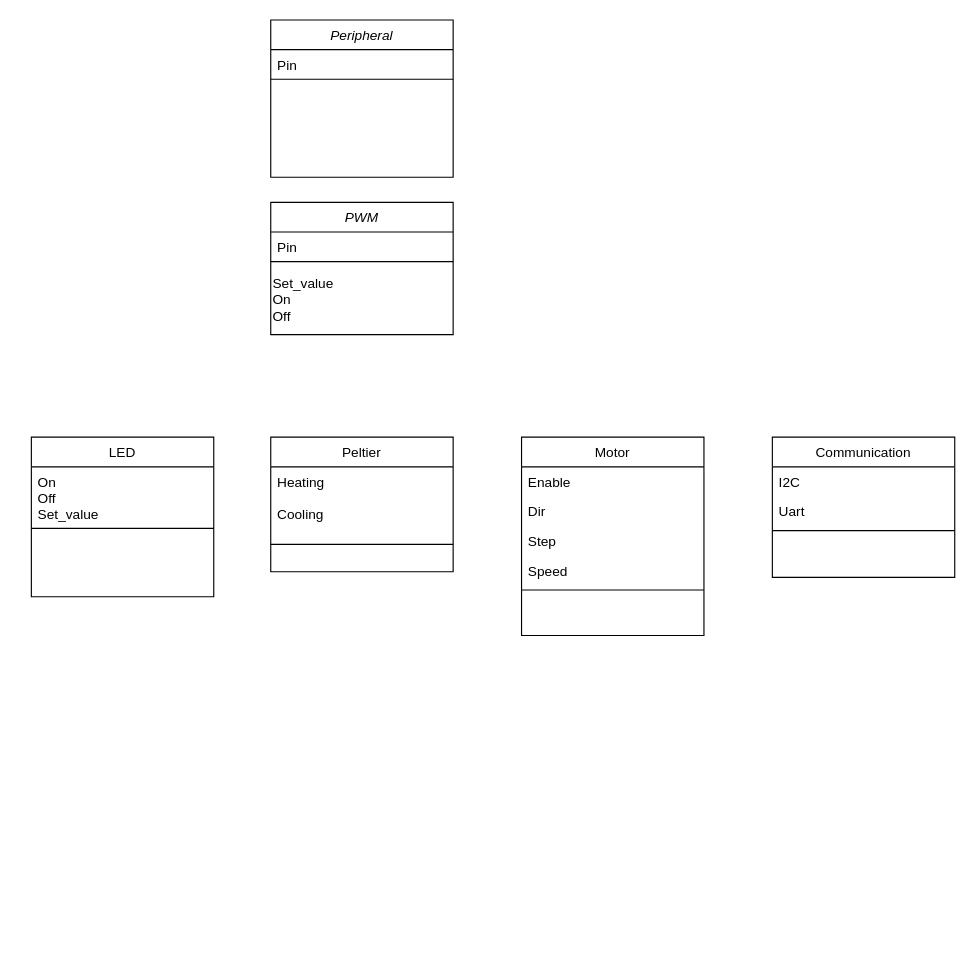
The draw.io diagram Documentation/ClassDiagram.drawio in Casperdroid5/Water-Quality-Monitor, before the edit. Source tidied: cells renumbered, new cells numbered last; positions are measured from the earlier drawing's top-left corner, leaving out a move shared by most shapes. Both pictures are drawn from the tidied source at 114%, with x=0, y=0 at pixel (31, 19).
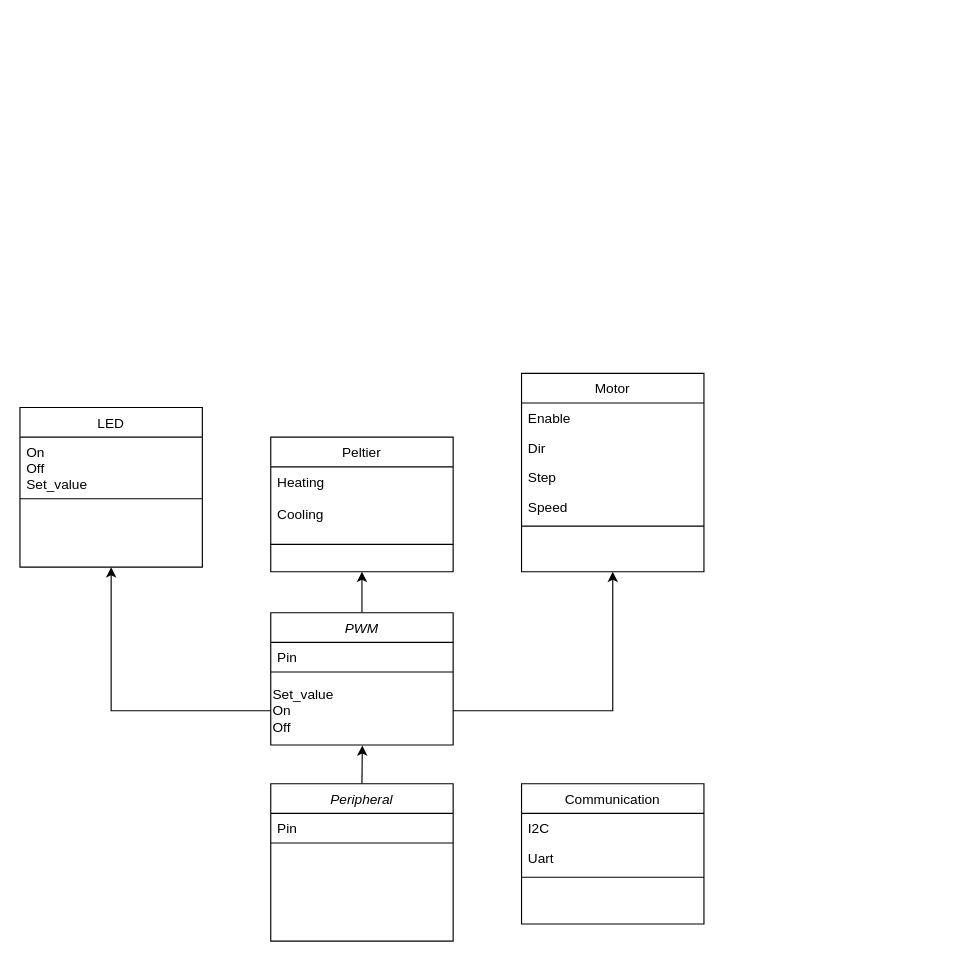
The same page after the edit.

The change refers to these unchanged cells:
```xml
<mxCell id="8" value="Peltier" style="swimlane;fontStyle=0;align=center;verticalAlign=top;horizontal=1;startSize=26;rounded=0;shadow=0;strokeWidth=1;" parent="1" vertex="1">
  <mxGeometry x="210" y="366" width="160" height="118" as="geometry" />
</mxCell>
<mxCell id="20" value="Set_value&lt;br&gt;On&lt;br&gt;Off" style="text;html=1;align=left;verticalAlign=middle;points=[];strokeColor=none;fillColor=none;" parent="17" vertex="1">
  <mxGeometry y="56" width="160" height="60" as="geometry" />
</mxCell>
```

Change to the diagram source:
```diff
@@
+    <mxCell id="25" style="edgeStyle=orthogonalEdgeStyle;rounded=0;jettySize=auto;html=1;exitX=0.5;exitY=0;exitDx=0;exitDy=0;entryX=0.502;entryY=1.007;entryDx=0;entryDy=0;entryPerimeter=0;" parent="1" edge="1" source="2" target="20">
+      <mxGeometry relative="1" as="geometry" />
+    </mxCell>
     <mxCell id="2" value="Peripheral" style="swimlane;fontStyle=2;align=center;verticalAlign=top;horizontal=1;startSize=26;rounded=0;shadow=0;strokeWidth=1;" parent="1" vertex="1">
-      <mxGeometry x="210" width="160" height="138" as="geometry" />
+      <mxGeometry x="210" y="670" width="160" height="138" as="geometry" />
     </mxCell>
@@
     <mxCell id="5" value="LED" style="swimlane;fontStyle=0;align=center;verticalAlign=top;horizontal=1;startSize=26;rounded=0;shadow=0;strokeWidth=1;" parent="1" vertex="1">
-      <mxGeometry y="366" width="160" height="140" as="geometry" />
+      <mxGeometry x="-10" y="340" width="160" height="140" as="geometry" />
     </mxCell>
@@
     <mxCell id="11" value="Motor" style="swimlane;fontStyle=0;align=center;verticalAlign=top;horizontal=1;startSize=26;rounded=0;shadow=0;strokeWidth=1;" parent="1" vertex="1">
-      <mxGeometry x="430" y="366" width="160" height="174" as="geometry" />
+      <mxGeometry x="430" y="310" width="160" height="174" as="geometry" />
     </mxCell>
@@
+    <mxCell id="26" style="edgeStyle=orthogonalEdgeStyle;rounded=0;jettySize=auto;html=1;exitX=0.5;exitY=0;exitDx=0;exitDy=0;entryX=0.5;entryY=1;entryDx=0;entryDy=0;" parent="1" edge="1" source="17" target="8">
+      <mxGeometry relative="1" as="geometry" />
+    </mxCell>
     <mxCell id="17" value="PWM" style="swimlane;fontStyle=2;align=center;verticalAlign=top;horizontal=1;startSize=26;rounded=0;shadow=0;strokeWidth=1;" parent="1" vertex="1">
-      <mxGeometry x="210" y="160" width="160" height="116" as="geometry" />
+      <mxGeometry x="210" y="520" width="160" height="116" as="geometry" />
     </mxCell>
@@
     <mxCell id="21" value="Communication" style="swimlane;fontStyle=0;align=center;verticalAlign=top;horizontal=1;startSize=26;rounded=0;shadow=0;strokeWidth=1;" parent="1" vertex="1">
-      <mxGeometry x="650" y="366" width="160" height="123" as="geometry" />
+      <mxGeometry x="430" y="670" width="160" height="123" as="geometry" />
     </mxCell>
@@
+    <mxCell id="27" style="edgeStyle=orthogonalEdgeStyle;rounded=0;jettySize=auto;html=1;entryX=0.5;entryY=1;entryDx=0;entryDy=0;" parent="1" edge="1" source="20" target="11">
+      <mxGeometry relative="1" as="geometry" />
+    </mxCell>
+    <mxCell id="28" style="edgeStyle=orthogonalEdgeStyle;rounded=0;jettySize=auto;html=1;entryX=0.5;entryY=1;entryDx=0;entryDy=0;" parent="1" edge="1" source="20" target="5">
+      <mxGeometry relative="1" as="geometry" />
+    </mxCell>
```
